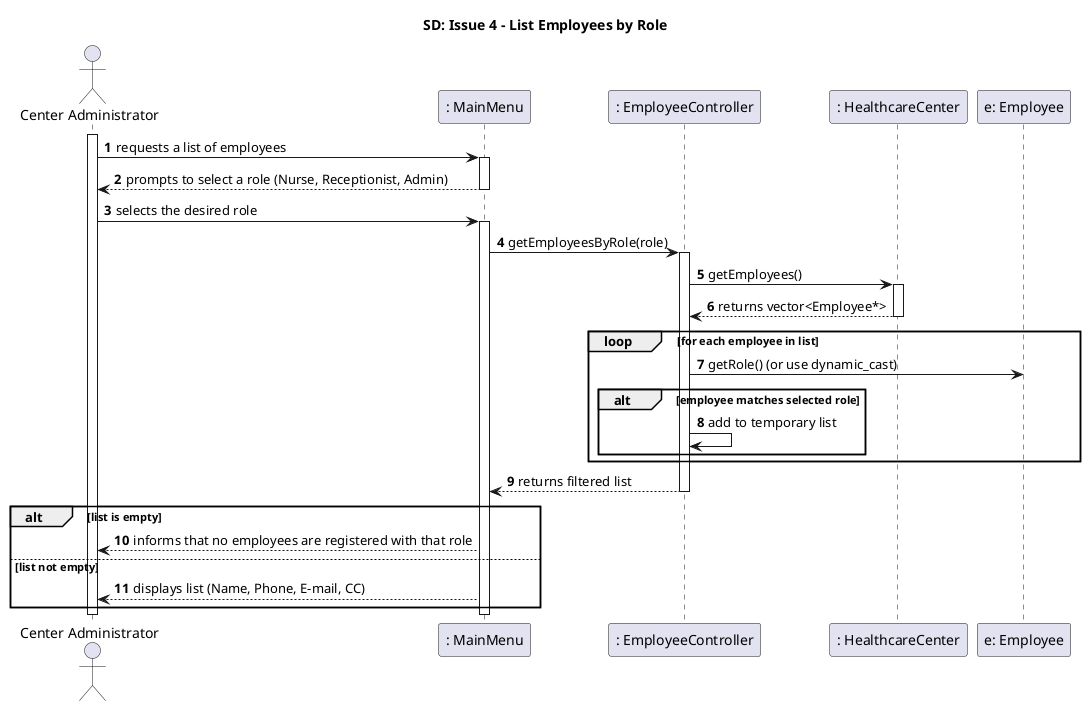
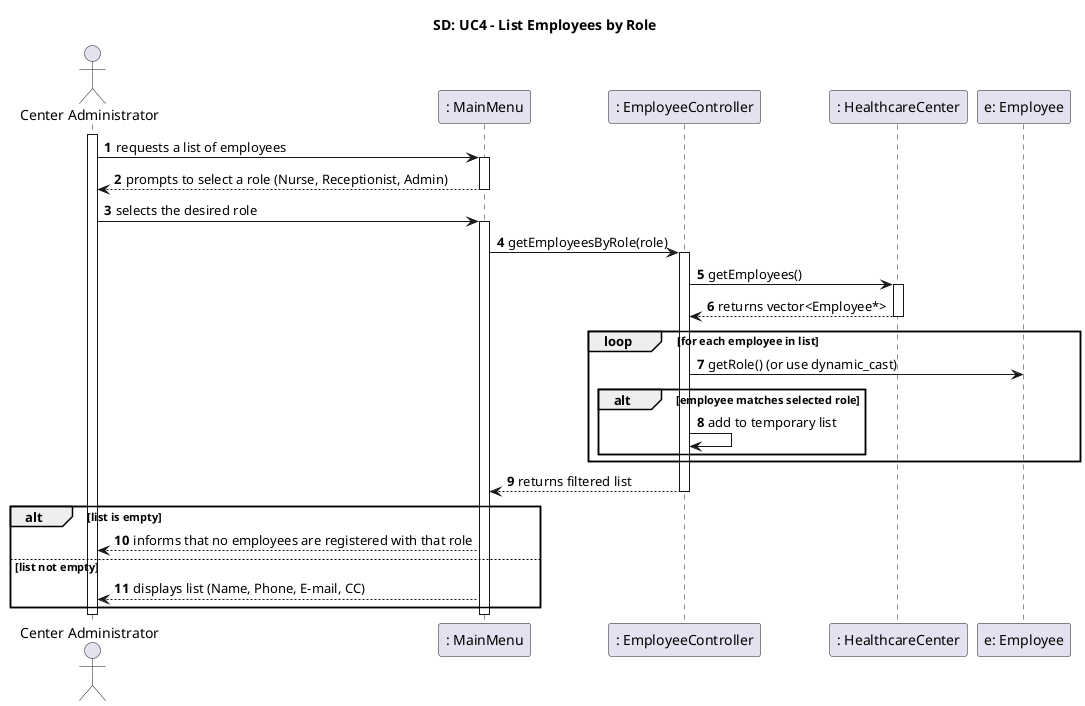
@startuml SD_ListEmployeesByRole
- title SD: Issue 4 - List Employees by Role
+ title SD: UC4 - List Employees by Role

actor "Center Administrator" as Admin
participant ": MainMenu" as UI
participant ": EmployeeController" as CTRL
participant ": HealthcareCenter" as HC
participant "e: Employee" as E

autonumber

activate Admin
Admin -> UI: requests a list of employees
activate UI

UI --> Admin: prompts to select a role (Nurse, Receptionist, Admin)
deactivate UI

Admin -> UI: selects the desired role
activate UI

UI -> CTRL: getEmployeesByRole(role)
activate CTRL

CTRL -> HC: getEmployees()
activate HC
HC --> CTRL: returns vector<Employee*>
deactivate HC

loop for each employee in list
    CTRL -> E: getRole() (or use dynamic_cast)

    alt employee matches selected role
        CTRL -> CTRL: add to temporary list
    end
end

CTRL --> UI: returns filtered list
deactivate CTRL


alt list is empty
    UI --> Admin: informs that no employees are registered with that role
else list not empty
    UI --> Admin: displays list (Name, Phone, E-mail, CC)
end

deactivate UI
deactivate Admin

@enduml